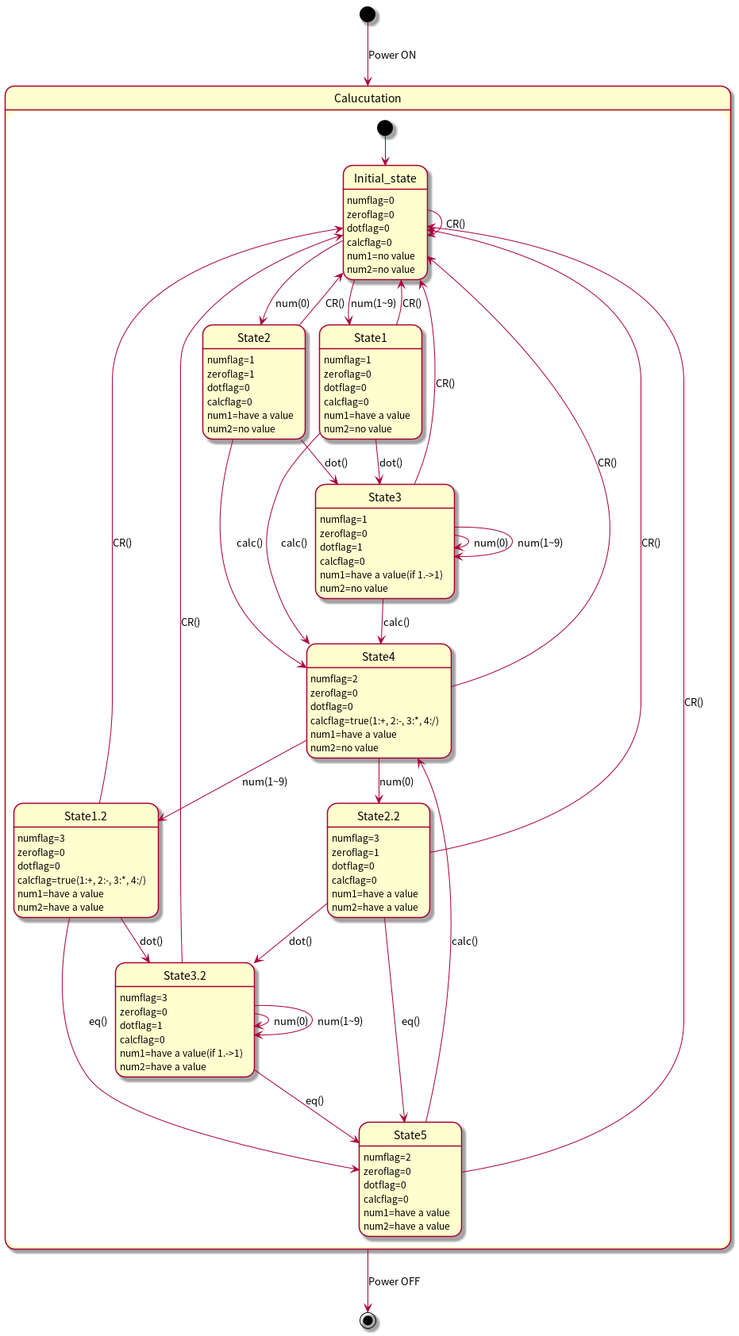
Before: Calculator/Calculator state machine diagram.png, a diagram exported from PlantUML (sudo-roa/python_app_GUI).
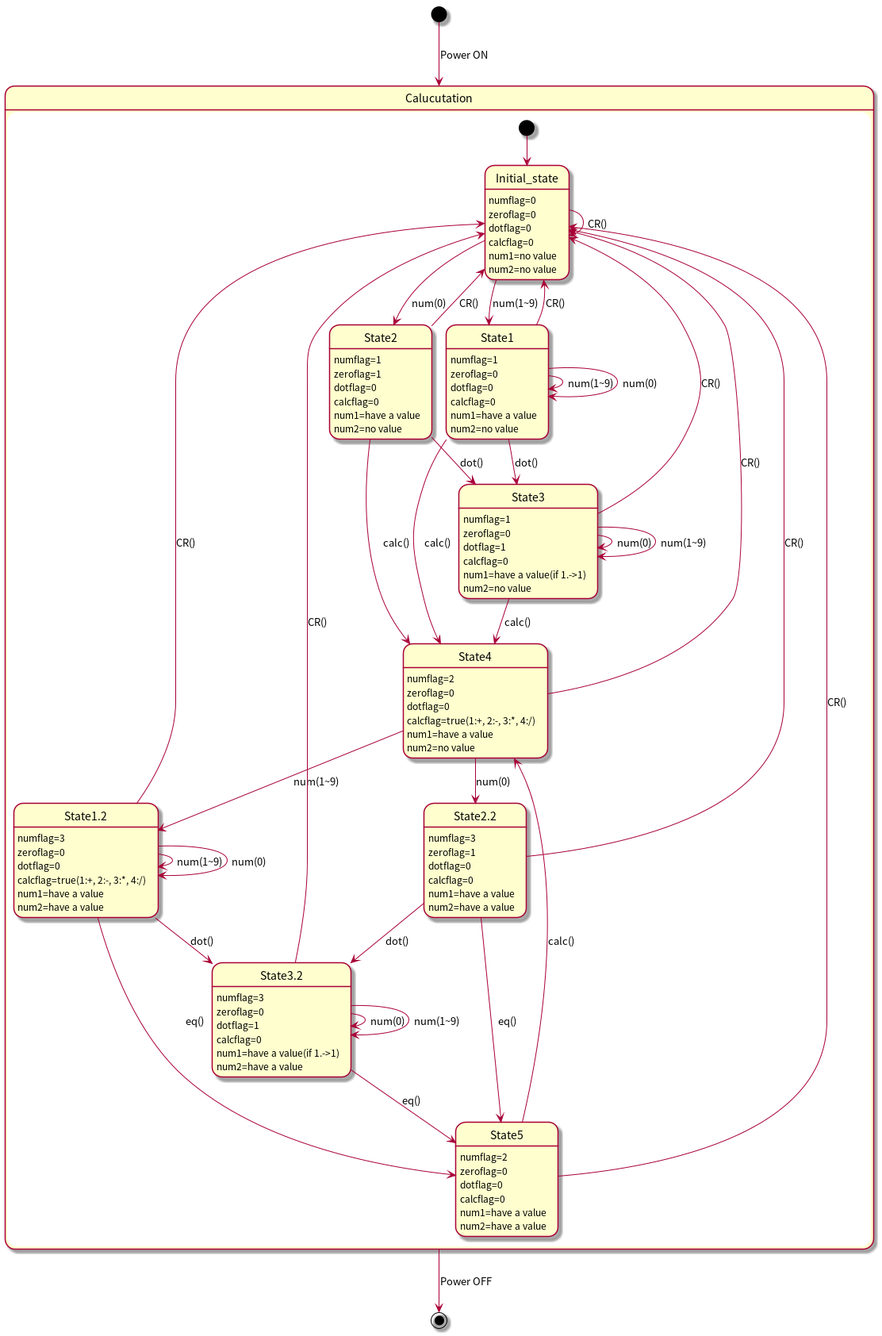
After the commit.

The edit, as a diff of the source:
```diff
@@ -14,6 +14,8 @@
     Initial_state -> Initial_state : CR()
 
     Initial_state --> State1 : num(1~9)
+    State1 -> State1 : num(1~9)
+    State1 -> State1 : num(0)
     State1 -> Initial_state : CR()
     State1 : numflag=1
     State1 : zeroflag=0
@@ -55,6 +57,8 @@
     State4 : num2=no value
 
     State4 --> State1.2 : num(1~9)
+    State1.2 -> State1.2 : num(1~9)
+    State1.2 -> State1.2 : num(0)
     State1.2 -> Initial_state : CR()
     State1.2 : numflag=3
     State1.2 : zeroflag=0
```
